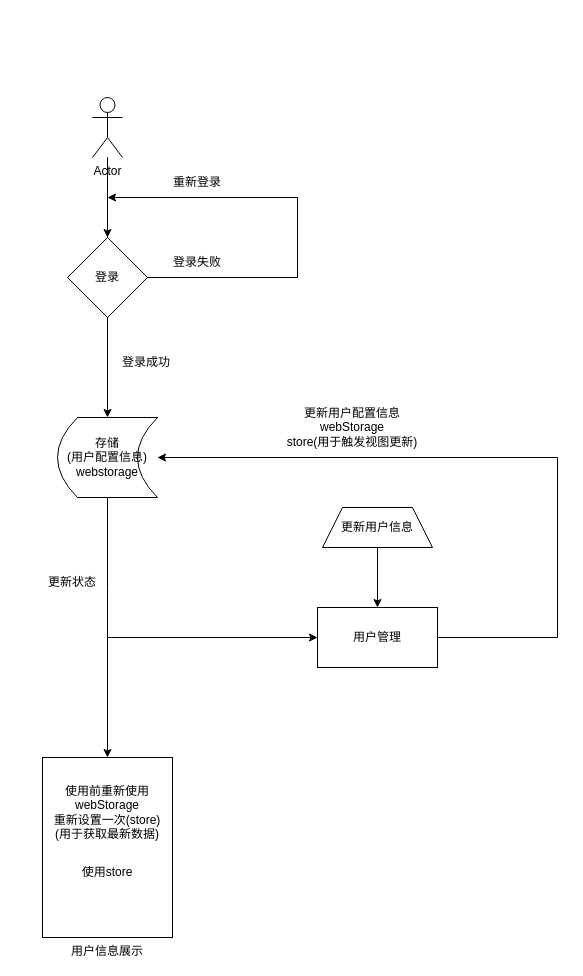
The draw.io diagram login.drawio in Jinxishihenian/mind_mapping, before the edit. Source tidied: cells renumbered, new cells numbered last; positions are measured from the earlier drawing's top-left corner, leaving out a move shared by most shapes. Both pictures are drawn from the tidied source at 100%, with x=0, y=0 at pixel (27, 97).
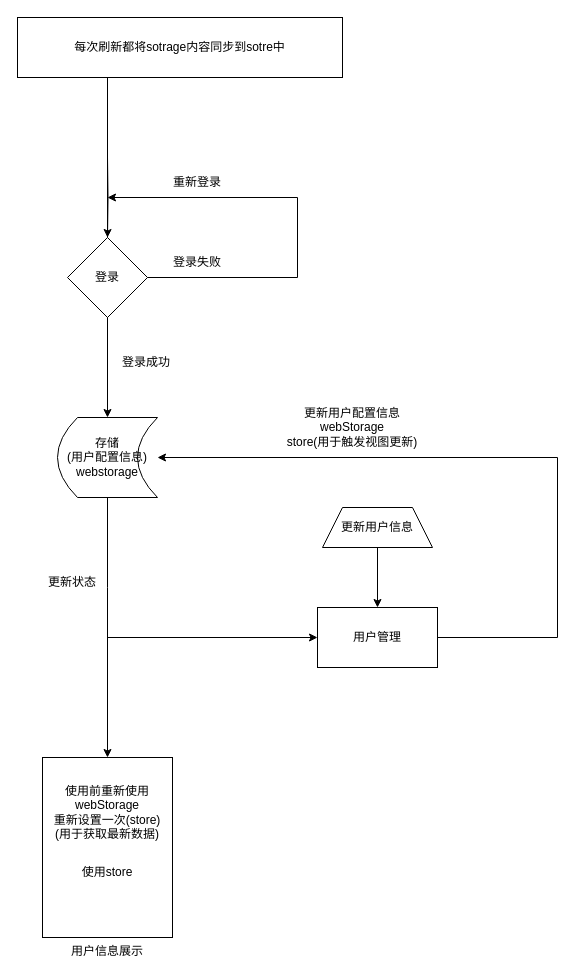
Above is the later version.

Commit message:
数据流转方式关键一环(需要重新调整)

Unchanged cells that the change refers to:
```xml
<mxCell id="6" value="登录" style="rhombus;whiteSpace=wrap;html=1;" parent="1" vertex="1">
  <mxGeometry x="40" y="140" width="80" height="80" as="geometry" />
</mxCell>
```

What changed in the source:
```diff
@@
-    <mxCell id="2" style="edgeStyle=orthogonalEdgeStyle;rounded=0;jettySize=auto;html=1;" parent="1" edge="1" source="3" target="6">
-      <mxGeometry relative="1" as="geometry" />
+    <mxCell id="2" style="edgeStyle=orthogonalEdgeStyle;rounded=0;jettySize=auto;html=1;" parent="1" edge="1" target="6">
+      <mxGeometry relative="1" as="geometry">
+        <mxPoint x="80" y="60" as="sourcePoint" />
+      </mxGeometry>
     </mxCell>
-    <mxCell id="3" value="Actor" style="shape=umlActor;verticalLabelPosition=bottom;verticalAlign=top;html=1;outlineConnect=0;" parent="1" vertex="1">
-      <mxGeometry x="65" width="30" height="60" as="geometry" />
-    </mxCell>
@@
-    <mxCell id="7" style="endArrow=none;html=1;rounded=0;" parent="1" edge="1" source="3" target="6">
-      <mxGeometry relative="1" as="geometry" />
+    <mxCell id="7" style="endArrow=none;html=1;rounded=0;" parent="1" edge="1" target="6">
+      <mxGeometry relative="1" as="geometry">
+        <mxPoint x="80" y="-20" as="sourcePoint" />
+      </mxGeometry>
     </mxCell>
@@
+    <mxCell id="25" value="每次刷新都将sotrage内容同步到sotre中" style="rounded=0;whiteSpace=wrap;html=1;" parent="1" vertex="1">
+      <mxGeometry x="-10" y="-80" width="325" height="60" as="geometry" />
+    </mxCell>
```
